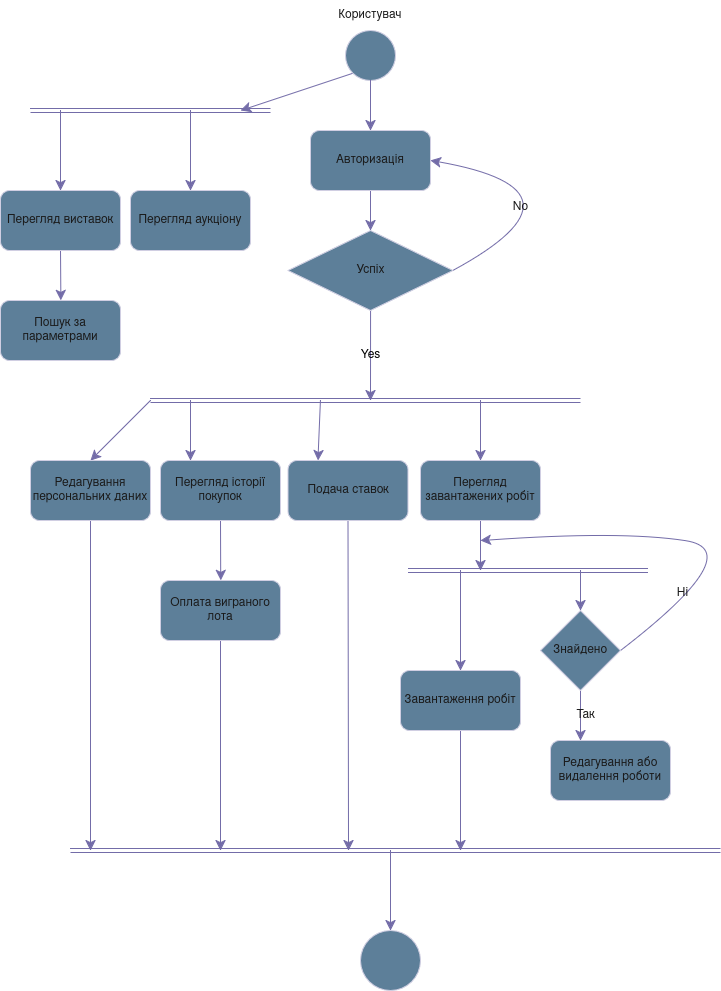
This is diagrams/user.png from AndrejVenas/ArtRari, a draw.io export, as it was before one commit. Source tidied: cells renumbered, new cells last; positions are measured from the earlier drawing's top-left corner, leaving out a move shared by most shapes.
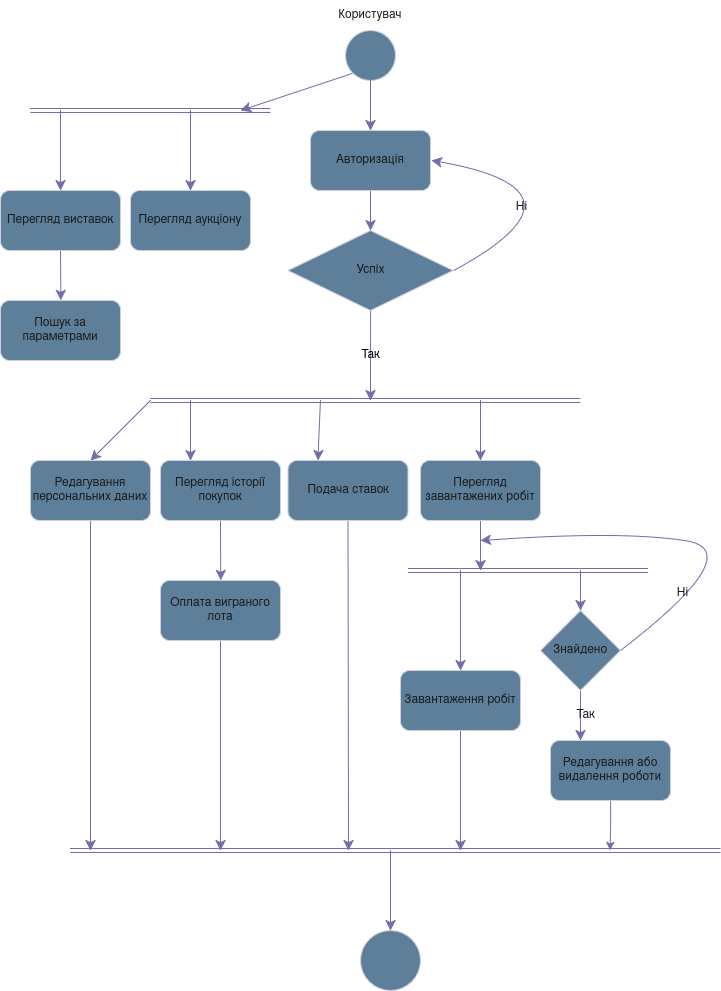
Above is the later version.

Commit message:
action diagram fix

The edit, as a diff of the source:
```diff
@@ -22,17 +22,19 @@
     <mxCell id="7" style="endArrow=classic;html=1;rounded=0;fontSize=12;startSize=8;endSize=8;curved=1;entryX=0.5;entryY=0;entryDx=0;entryDy=0;exitX=0.5;exitY=1;exitDx=0;exitDy=0;labelBackgroundColor=none;strokeColor=#736CA8;fontColor=default;" parent="1" edge="1" source="3" target="5">
       <mxGeometry relative="1" as="geometry" />
     </mxCell>
-    <mxCell id="8" style="edgeStyle=none;curved=1;rounded=0;jettySize=auto;html=1;exitX=1;exitY=0.5;exitDx=0;exitDy=0;entryX=1;entryY=0.5;entryDx=0;entryDy=0;fontSize=12;startSize=8;endSize=8;labelBackgroundColor=none;strokeColor=#736CA8;fontColor=default;" parent="1" edge="1" source="11" target="5">
+    <mxCell id="8" style="edgeStyle=none;curved=1;rounded=0;orthogonalLoop=1;jettySize=auto;html=1;exitX=1;exitY=0.5;exitDx=0;exitDy=0;entryX=1;entryY=0.5;entryDx=0;entryDy=0;fontSize=12;startSize=8;endSize=8;labelBackgroundColor=none;strokeColor=#736CA8;fontColor=default;" parent="1" edge="1">
       <mxGeometry relative="1" as="geometry">
+        <mxPoint x="453.5" y="270" as="sourcePoint" />
+        <mxPoint x="431" y="160" as="targetPoint" />
         <Array as="points">
-          <mxPoint x="600" y="190" />
+          <mxPoint x="601" y="190" />
         </Array>
       </mxGeometry>
     </mxCell>
-    <mxCell id="9" value="No" style="edgeLabel;html=1;align=center;verticalAlign=middle;fontSize=12;labelBackgroundColor=none;fontColor=#1A1A1A;" parent="8" vertex="1">
+    <mxCell id="9" value="Ні" style="edgeLabel;html=1;align=center;verticalAlign=middle;fontSize=12;labelBackgroundColor=none;fontColor=#1A1A1A;" parent="8" vertex="1">
       <mxGeometry x="-0.47" y="24" relative="1" as="geometry" />
     </mxCell>
-    <mxCell id="10" value="Yes" style="edgeStyle=none;curved=1;rounded=0;jettySize=auto;html=1;exitX=0.5;exitY=1;exitDx=0;exitDy=0;fontSize=12;startSize=8;endSize=8;labelBackgroundColor=none;strokeColor=#736CA8;fontColor=default;" parent="1" edge="1" source="11">
+    <mxCell id="10" value="Так" style="edgeStyle=none;curved=1;rounded=0;jettySize=auto;html=1;exitX=0.5;exitY=1;exitDx=0;exitDy=0;fontSize=12;startSize=8;endSize=8;labelBackgroundColor=none;strokeColor=#736CA8;fontColor=default;" parent="1" edge="1" source="11">
       <mxGeometry relative="1" as="geometry">
         <mxPoint x="369.9" y="400" as="targetPoint" />
       </mxGeometry>
@@ -135,6 +137,11 @@
     <mxCell id="33" value="Так" style="edgeLabel;html=1;align=center;verticalAlign=middle;fontSize=12;labelBackgroundColor=none;fontColor=#1A1A1A;" parent="32" vertex="1">
       <mxGeometry x="-0.05" y="4" relative="1" as="geometry" />
     </mxCell>
+    <mxCell id="48" style="edgeStyle=orthogonalEdgeStyle;rounded=0;jettySize=auto;html=1;exitX=0.5;exitY=1;exitDx=0;exitDy=0;labelBackgroundColor=none;strokeColor=#736CA8;fontColor=default;" parent="1" edge="1" source="34">
+      <mxGeometry relative="1" as="geometry">
+        <mxPoint x="609.5" y="850" as="targetPoint" />
+      </mxGeometry>
+    </mxCell>
     <mxCell id="34" value="Редагування або видалення роботи" style="rounded=1;whiteSpace=wrap;html=1;labelBackgroundColor=none;fillColor=#5D7F99;strokeColor=#D0CEE2;fontColor=#1A1A1A;" parent="1" vertex="1">
       <mxGeometry x="550" y="740" width="120" height="60" as="geometry" />
     </mxCell>
```
